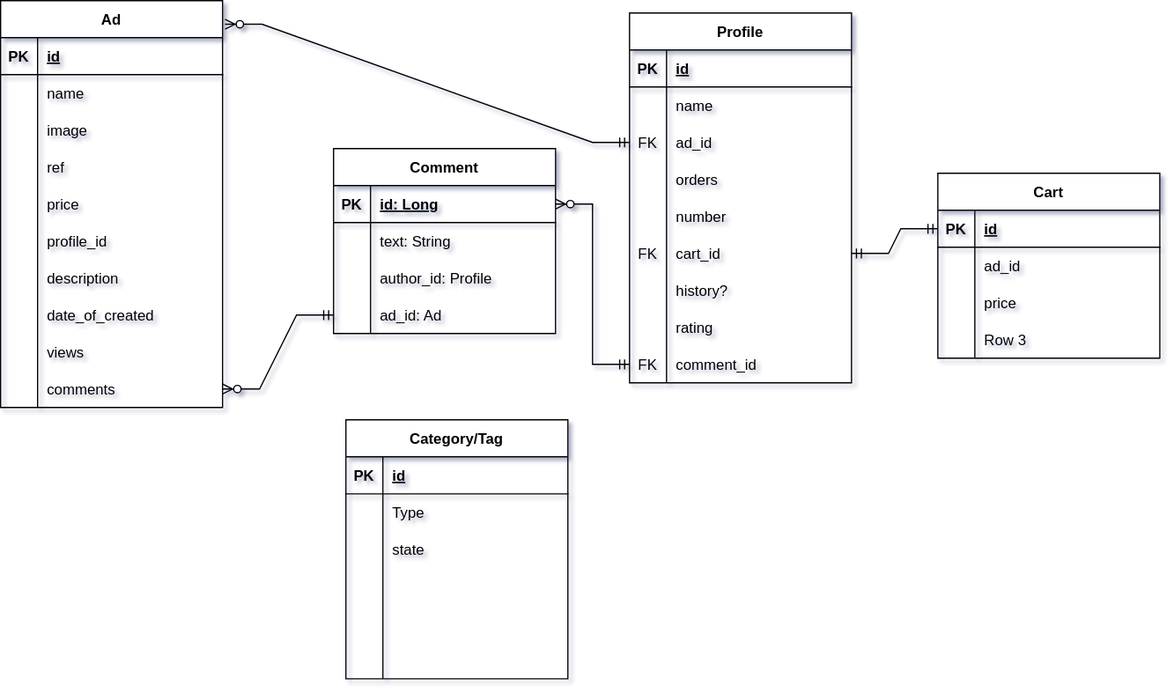
The draw.io diagram src/main/resources/WaceplareERD.svg in E6L1PS/waceplare_app_backend, before a commit. Source tidied: cells renumbered, new cells last; positions are measured from the earlier drawing's top-left corner, leaving out a move shared by most shapes.
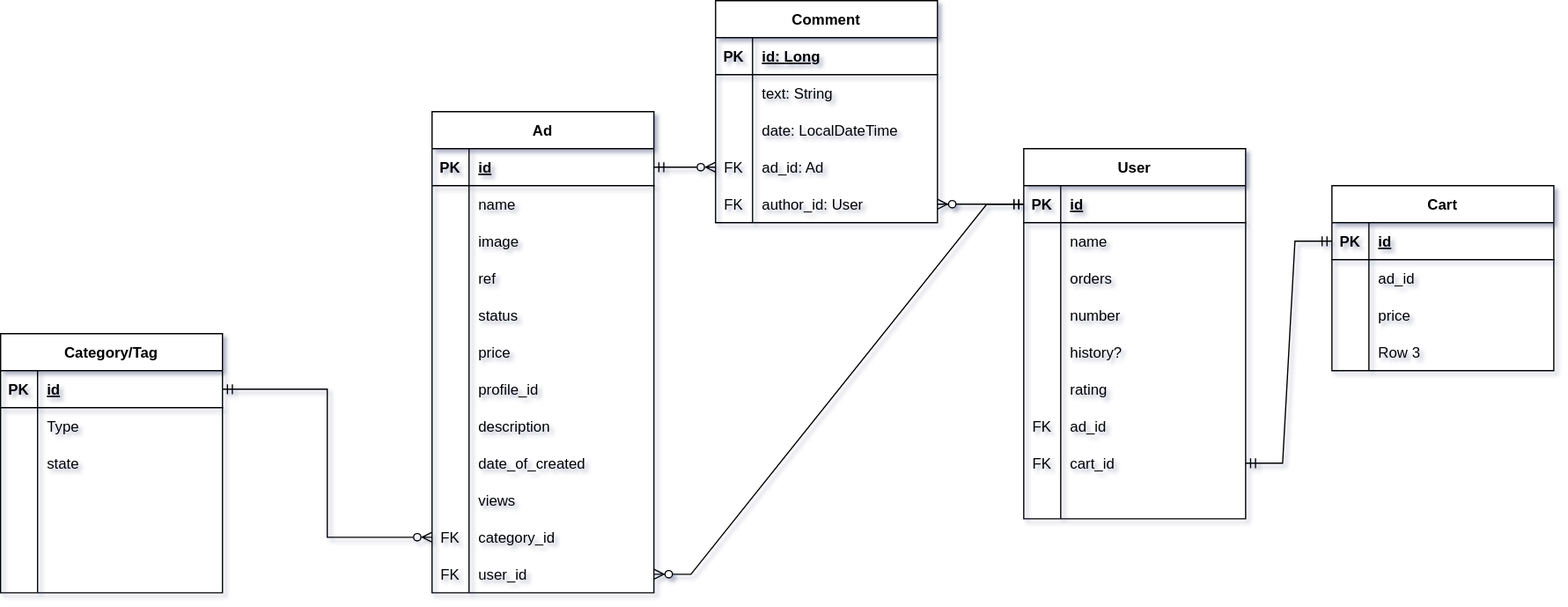
Later version of the same file.

What changed in the source:
```diff
@@ -4,4 +4,4 @@
     <mxCell id="1" parent="0" />
-    <mxCell id="2" value="Profile" style="shape=table;startSize=30;rowLines=0;fontStyle=1;align=center;" parent="1" vertex="1">
-      <mxGeometry x="510" y="10" width="180" height="300" as="geometry" />
+    <mxCell id="2" value="User" style="shape=table;startSize=30;rowLines=0;fontStyle=1;align=center;" parent="1" vertex="1">
+      <mxGeometry x="510" y="110" width="180" height="300" as="geometry" />
     </mxCell>
@@ -25,13 +25,4 @@
     </mxCell>
-    <mxCell id="9" style="shape=tableRow;horizontal=0;startSize=0;swimlaneHead=0;swimlaneBody=0;fillColor=none;points=[[0,0.5],[1,0.5]];portConstraint=eastwest;top=0;left=0;right=0;bottom=0;" parent="2" vertex="1">
-      <mxGeometry y="90" width="180" height="30" as="geometry" />
-    </mxCell>
-    <mxCell id="10" value="FK" style="shape=partialRectangle;fillColor=none;top=0;left=0;bottom=0;right=0;overflow=hidden;" parent="9" vertex="1">
-      <mxGeometry width="30" height="30" as="geometry" />
-    </mxCell>
-    <mxCell id="11" value="ad_id" style="shape=partialRectangle;fillColor=none;top=0;left=0;bottom=0;right=0;align=left;spacingLeft=6;overflow=hidden;" parent="9" vertex="1">
-      <mxGeometry x="30" width="150" height="30" as="geometry" />
-    </mxCell>
     <mxCell id="12" style="shape=tableRow;horizontal=0;startSize=0;swimlaneHead=0;swimlaneBody=0;fillColor=none;top=0;left=0;right=0;bottom=0;" parent="2" vertex="1">
-      <mxGeometry y="120" width="180" height="30" as="geometry" />
+      <mxGeometry y="90" width="180" height="30" as="geometry" />
     </mxCell>
@@ -44,3 +35,3 @@
     <mxCell id="15" style="shape=tableRow;horizontal=0;startSize=0;swimlaneHead=0;swimlaneBody=0;fillColor=none;top=0;left=0;right=0;bottom=0;" parent="2" vertex="1">
-      <mxGeometry y="150" width="180" height="30" as="geometry" />
+      <mxGeometry y="120" width="180" height="30" as="geometry" />
     </mxCell>
@@ -52,13 +43,4 @@
     </mxCell>
-    <mxCell id="18" style="shape=tableRow;horizontal=0;startSize=0;swimlaneHead=0;swimlaneBody=0;fillColor=none;points=[[0,0.5],[1,0.5]];portConstraint=eastwest;top=0;left=0;right=0;bottom=0;" parent="2" vertex="1">
-      <mxGeometry y="180" width="180" height="30" as="geometry" />
-    </mxCell>
-    <mxCell id="19" value="FK" style="shape=partialRectangle;fillColor=none;top=0;left=0;bottom=0;right=0;overflow=hidden;" parent="18" vertex="1">
-      <mxGeometry width="30" height="30" as="geometry" />
-    </mxCell>
-    <mxCell id="20" value="cart_id" style="shape=partialRectangle;fillColor=none;top=0;left=0;bottom=0;right=0;align=left;spacingLeft=6;overflow=hidden;" parent="18" vertex="1">
-      <mxGeometry x="30" width="150" height="30" as="geometry" />
-    </mxCell>
     <mxCell id="21" style="shape=tableRow;horizontal=0;startSize=0;swimlaneHead=0;swimlaneBody=0;fillColor=none;top=0;left=0;right=0;bottom=0;" parent="2" vertex="1">
-      <mxGeometry y="210" width="180" height="30" as="geometry" />
+      <mxGeometry y="150" width="180" height="30" as="geometry" />
     </mxCell>
@@ -71,3 +53,3 @@
     <mxCell id="24" style="shape=tableRow;horizontal=0;startSize=0;swimlaneHead=0;swimlaneBody=0;fillColor=none;top=0;left=0;right=0;bottom=0;" parent="2" vertex="1">
-      <mxGeometry y="240" width="180" height="30" as="geometry" />
+      <mxGeometry y="180" width="180" height="30" as="geometry" />
     </mxCell>
@@ -79,2 +61,20 @@
     </mxCell>
+    <mxCell id="9" style="shape=tableRow;horizontal=0;startSize=0;swimlaneHead=0;swimlaneBody=0;fillColor=none;points=[[0,0.5],[1,0.5]];portConstraint=eastwest;top=0;left=0;right=0;bottom=0;" parent="2" vertex="1">
+      <mxGeometry y="210" width="180" height="30" as="geometry" />
+    </mxCell>
+    <mxCell id="10" value="FK" style="shape=partialRectangle;fillColor=none;top=0;left=0;bottom=0;right=0;overflow=hidden;" parent="9" vertex="1">
+      <mxGeometry width="30" height="30" as="geometry" />
+    </mxCell>
+    <mxCell id="11" value="ad_id" style="shape=partialRectangle;fillColor=none;top=0;left=0;bottom=0;right=0;align=left;spacingLeft=6;overflow=hidden;" parent="9" vertex="1">
+      <mxGeometry x="30" width="150" height="30" as="geometry" />
+    </mxCell>
+    <mxCell id="18" style="shape=tableRow;horizontal=0;startSize=0;swimlaneHead=0;swimlaneBody=0;fillColor=none;points=[[0,0.5],[1,0.5]];portConstraint=eastwest;top=0;left=0;right=0;bottom=0;" parent="2" vertex="1">
+      <mxGeometry y="240" width="180" height="30" as="geometry" />
+    </mxCell>
+    <mxCell id="19" value="FK" style="shape=partialRectangle;fillColor=none;top=0;left=0;bottom=0;right=0;overflow=hidden;" parent="18" vertex="1">
+      <mxGeometry width="30" height="30" as="geometry" />
+    </mxCell>
+    <mxCell id="20" value="cart_id" style="shape=partialRectangle;fillColor=none;top=0;left=0;bottom=0;right=0;align=left;spacingLeft=6;overflow=hidden;" parent="18" vertex="1">
+      <mxGeometry x="30" width="150" height="30" as="geometry" />
+    </mxCell>
     <mxCell id="27" style="shape=tableRow;horizontal=0;startSize=0;swimlaneHead=0;swimlaneBody=0;fillColor=none;points=[[0,0.5],[1,0.5]];portConstraint=eastwest;top=0;left=0;right=0;bottom=0;" parent="2" vertex="1">
@@ -82,6 +82,6 @@
     </mxCell>
-    <mxCell id="28" value="FK" style="shape=partialRectangle;fillColor=none;top=0;left=0;bottom=0;right=0;overflow=hidden;" parent="27" vertex="1">
+    <mxCell id="28" style="shape=partialRectangle;fillColor=none;top=0;left=0;bottom=0;right=0;overflow=hidden;" parent="27" vertex="1">
       <mxGeometry width="30" height="30" as="geometry" />
     </mxCell>
-    <mxCell id="29" value="comment_id" style="shape=partialRectangle;fillColor=none;top=0;left=0;bottom=0;right=0;align=left;spacingLeft=6;overflow=hidden;" parent="27" vertex="1">
+    <mxCell id="29" style="shape=partialRectangle;fillColor=none;top=0;left=0;bottom=0;right=0;align=left;spacingLeft=6;overflow=hidden;" parent="27" vertex="1">
       <mxGeometry x="30" width="150" height="30" as="geometry" />
@@ -89,3 +89,3 @@
     <mxCell id="30" value="Ad" style="shape=table;startSize=30;rowLines=0;fontStyle=1;align=center;" parent="1" vertex="1">
-      <mxGeometry width="180" height="330" as="geometry" />
+      <mxGeometry x="30" y="80" width="180" height="390" as="geometry" />
     </mxCell>
@@ -127,4 +127,13 @@
     </mxCell>
+    <mxCell id="110" style="shape=tableRow;horizontal=0;startSize=0;swimlaneHead=0;swimlaneBody=0;fillColor=none;top=0;left=0;right=0;bottom=0;" parent="30" vertex="1">
+      <mxGeometry y="150" width="180" height="30" as="geometry" />
+    </mxCell>
+    <mxCell id="111" style="shape=partialRectangle;fillColor=none;top=0;left=0;bottom=0;right=0;overflow=hidden;" parent="110" vertex="1">
+      <mxGeometry width="30" height="30" as="geometry" />
+    </mxCell>
+    <mxCell id="112" value="status" style="shape=partialRectangle;fillColor=none;top=0;left=0;bottom=0;right=0;align=left;spacingLeft=6;overflow=hidden;" parent="110" vertex="1">
+      <mxGeometry x="30" width="150" height="30" as="geometry" />
+    </mxCell>
     <mxCell id="43" style="shape=tableRow;horizontal=0;startSize=0;swimlaneHead=0;swimlaneBody=0;fillColor=none;top=0;left=0;right=0;bottom=0;" parent="30" vertex="1">
-      <mxGeometry y="150" width="180" height="30" as="geometry" />
+      <mxGeometry y="180" width="180" height="30" as="geometry" />
     </mxCell>
@@ -137,3 +146,3 @@
     <mxCell id="46" style="shape=tableRow;horizontal=0;startSize=0;swimlaneHead=0;swimlaneBody=0;fillColor=none;top=0;left=0;right=0;bottom=0;" parent="30" vertex="1">
-      <mxGeometry y="180" width="180" height="30" as="geometry" />
+      <mxGeometry y="210" width="180" height="30" as="geometry" />
     </mxCell>
@@ -146,3 +155,3 @@
     <mxCell id="49" style="shape=tableRow;horizontal=0;startSize=0;swimlaneHead=0;swimlaneBody=0;fillColor=none;top=0;left=0;right=0;bottom=0;" parent="30" vertex="1">
-      <mxGeometry y="210" width="180" height="30" as="geometry" />
+      <mxGeometry y="240" width="180" height="30" as="geometry" />
     </mxCell>
@@ -155,3 +164,3 @@
     <mxCell id="52" style="shape=tableRow;horizontal=0;startSize=0;swimlaneHead=0;swimlaneBody=0;fillColor=none;top=0;left=0;right=0;bottom=0;" parent="30" vertex="1">
-      <mxGeometry y="240" width="180" height="30" as="geometry" />
+      <mxGeometry y="270" width="180" height="30" as="geometry" />
     </mxCell>
@@ -164,3 +173,3 @@
     <mxCell id="55" style="shape=tableRow;horizontal=0;startSize=0;swimlaneHead=0;swimlaneBody=0;fillColor=none;top=0;left=0;right=0;bottom=0;" parent="30" vertex="1">
-      <mxGeometry y="270" width="180" height="30" as="geometry" />
+      <mxGeometry y="300" width="180" height="30" as="geometry" />
     </mxCell>
@@ -172,13 +181,22 @@
     </mxCell>
-    <mxCell id="58" style="shape=tableRow;horizontal=0;startSize=0;swimlaneHead=0;swimlaneBody=0;fillColor=none;points=[[0,0.5],[1,0.5]];portConstraint=eastwest;top=0;left=0;right=0;bottom=0;" parent="30" vertex="1">
-      <mxGeometry y="300" width="180" height="30" as="geometry" />
-    </mxCell>
-    <mxCell id="59" style="shape=partialRectangle;fillColor=none;top=0;left=0;bottom=0;right=0;overflow=hidden;" parent="58" vertex="1">
-      <mxGeometry width="30" height="30" as="geometry" />
-    </mxCell>
-    <mxCell id="60" value="comments" style="shape=partialRectangle;fillColor=none;top=0;left=0;bottom=0;right=0;align=left;spacingLeft=6;overflow=hidden;" parent="58" vertex="1">
-      <mxGeometry x="30" width="150" height="30" as="geometry" />
-    </mxCell>
+    <mxCell id="113" style="shape=tableRow;horizontal=0;startSize=0;swimlaneHead=0;swimlaneBody=0;fillColor=none;points=[[0,0.5],[1,0.5]];portConstraint=eastwest;top=0;left=0;right=0;bottom=0;" parent="30" vertex="1">
+      <mxGeometry y="330" width="180" height="30" as="geometry" />
+    </mxCell>
+    <mxCell id="114" value="FK" style="shape=partialRectangle;fillColor=none;top=0;left=0;bottom=0;right=0;overflow=hidden;" parent="113" vertex="1">
+      <mxGeometry width="30" height="30" as="geometry" />
+    </mxCell>
+    <mxCell id="115" value="category_id" style="shape=partialRectangle;fillColor=none;top=0;left=0;bottom=0;right=0;align=left;spacingLeft=6;overflow=hidden;" parent="113" vertex="1">
+      <mxGeometry x="30" width="150" height="30" as="geometry" />
+    </mxCell>
+    <mxCell id="116" style="shape=tableRow;horizontal=0;startSize=0;swimlaneHead=0;swimlaneBody=0;fillColor=none;points=[[0,0.5],[1,0.5]];portConstraint=eastwest;top=0;left=0;right=0;bottom=0;" parent="30" vertex="1">
+      <mxGeometry y="360" width="180" height="30" as="geometry" />
+    </mxCell>
+    <mxCell id="117" value="FK" style="shape=partialRectangle;fillColor=none;top=0;left=0;bottom=0;right=0;overflow=hidden;" parent="116" vertex="1">
+      <mxGeometry width="30" height="30" as="geometry" />
+    </mxCell>
+    <mxCell id="118" value="user_id" style="shape=partialRectangle;fillColor=none;top=0;left=0;bottom=0;right=0;align=left;spacingLeft=6;overflow=hidden;" parent="116" vertex="1">
+      <mxGeometry x="30" width="150" height="30" as="geometry" />
+    </mxCell>
     <mxCell id="61" value="Comment" style="shape=table;startSize=30;rowLines=0;fontStyle=1;align=center;" parent="1" vertex="1">
-      <mxGeometry x="270" y="120" width="180" height="150" as="geometry" />
+      <mxGeometry x="260" y="-10" width="180" height="180" as="geometry" />
     </mxCell>
@@ -202,20 +220,29 @@
     </mxCell>
+    <mxCell id="119" style="shape=tableRow;horizontal=0;startSize=0;swimlaneHead=0;swimlaneBody=0;fillColor=none;top=0;left=0;right=0;bottom=0;" parent="61" vertex="1">
+      <mxGeometry y="90" width="180" height="30" as="geometry" />
+    </mxCell>
+    <mxCell id="120" style="shape=partialRectangle;fillColor=none;top=0;left=0;bottom=0;right=0;overflow=hidden;" parent="119" vertex="1">
+      <mxGeometry width="30" height="30" as="geometry" />
+    </mxCell>
+    <mxCell id="121" value="date: LocalDateTime" style="shape=partialRectangle;fillColor=none;top=0;left=0;bottom=0;right=0;align=left;spacingLeft=6;overflow=hidden;" parent="119" vertex="1">
+      <mxGeometry x="30" width="150" height="30" as="geometry" />
+    </mxCell>
+    <mxCell id="71" style="shape=tableRow;horizontal=0;startSize=0;swimlaneHead=0;swimlaneBody=0;fillColor=none;points=[[0,0.5],[1,0.5]];portConstraint=eastwest;top=0;left=0;right=0;bottom=0;" parent="61" vertex="1">
+      <mxGeometry y="120" width="180" height="30" as="geometry" />
+    </mxCell>
+    <mxCell id="72" value="FK" style="shape=partialRectangle;fillColor=none;top=0;left=0;bottom=0;right=0;overflow=hidden;" parent="71" vertex="1">
+      <mxGeometry width="30" height="30" as="geometry" />
+    </mxCell>
+    <mxCell id="73" value="ad_id: Ad" style="shape=partialRectangle;fillColor=none;top=0;left=0;bottom=0;right=0;align=left;spacingLeft=6;overflow=hidden;" parent="71" vertex="1">
+      <mxGeometry x="30" width="150" height="30" as="geometry" />
+    </mxCell>
     <mxCell id="68" style="shape=tableRow;horizontal=0;startSize=0;swimlaneHead=0;swimlaneBody=0;fillColor=none;points=[[0,0.5],[1,0.5]];portConstraint=eastwest;top=0;left=0;right=0;bottom=0;" parent="61" vertex="1">
-      <mxGeometry y="90" width="180" height="30" as="geometry" />
+      <mxGeometry y="150" width="180" height="30" as="geometry" />
     </mxCell>
-    <mxCell id="69" style="shape=partialRectangle;fillColor=none;top=0;left=0;bottom=0;right=0;overflow=hidden;" parent="68" vertex="1">
+    <mxCell id="69" value="FK" style="shape=partialRectangle;fillColor=none;top=0;left=0;bottom=0;right=0;overflow=hidden;" parent="68" vertex="1">
       <mxGeometry width="30" height="30" as="geometry" />
     </mxCell>
-    <mxCell id="70" value="author_id: Profile" style="shape=partialRectangle;fillColor=none;top=0;left=0;bottom=0;right=0;align=left;spacingLeft=6;overflow=hidden;" parent="68" vertex="1">
+    <mxCell id="70" value="author_id: User" style="shape=partialRectangle;fillColor=none;top=0;left=0;bottom=0;right=0;align=left;spacingLeft=6;overflow=hidden;" parent="68" vertex="1">
       <mxGeometry x="30" width="150" height="30" as="geometry" />
     </mxCell>
-    <mxCell id="71" style="shape=tableRow;horizontal=0;startSize=0;swimlaneHead=0;swimlaneBody=0;fillColor=none;points=[[0,0.5],[1,0.5]];portConstraint=eastwest;top=0;left=0;right=0;bottom=0;" parent="61" vertex="1">
-      <mxGeometry y="120" width="180" height="30" as="geometry" />
-    </mxCell>
-    <mxCell id="72" style="shape=partialRectangle;fillColor=none;top=0;left=0;bottom=0;right=0;overflow=hidden;" parent="71" vertex="1">
-      <mxGeometry width="30" height="30" as="geometry" />
-    </mxCell>
-    <mxCell id="73" value="ad_id: Ad" style="shape=partialRectangle;fillColor=none;top=0;left=0;bottom=0;right=0;align=left;spacingLeft=6;overflow=hidden;" parent="71" vertex="1">
-      <mxGeometry x="30" width="150" height="30" as="geometry" />
-    </mxCell>
     <mxCell id="74" value="Cart" style="shape=table;startSize=30;rowLines=0;fontStyle=1;align=center;swimlaneFillColor=none;" parent="1" vertex="1">
@@ -262,7 +289,4 @@
     </mxCell>
-    <mxCell id="88" style="edgeStyle=entityRelationEdgeStyle;fontSize=12;html=1;endArrow=ERzeroToMany;startArrow=ERmandOne;rounded=0;exitX=0;exitY=0.5;exitDx=0;exitDy=0;entryX=1.011;entryY=0.058;entryDx=0;entryDy=0;entryPerimeter=0;" parent="1" edge="1" source="9" target="30">
-      <mxGeometry relative="1" as="geometry" />
-    </mxCell>
     <mxCell id="89" value="Category/Tag" style="shape=table;startSize=30;rowLines=0;fontStyle=1;align=center;" parent="1" vertex="1">
-      <mxGeometry x="280" y="340" width="180" height="210" as="geometry" />
+      <mxGeometry x="-320" y="260" width="180" height="210" as="geometry" />
     </mxCell>
@@ -322,8 +346,14 @@
     </mxCell>
-    <mxCell id="108" style="edgeStyle=entityRelationEdgeStyle;fontSize=12;html=1;endArrow=ERzeroToMany;startArrow=ERmandOne;rounded=0;exitX=0;exitY=0.5;exitDx=0;exitDy=0;" parent="1" edge="1" source="27" target="62">
+    <mxCell id="108" style="edgeStyle=entityRelationEdgeStyle;fontSize=12;html=1;endArrow=ERzeroToMany;startArrow=ERmandOne;rounded=0;endFill=0;entryX=0;entryY=0.5;entryDx=0;entryDy=0;exitX=1;exitY=0.5;exitDx=0;exitDy=0;" parent="1" edge="1" source="31" target="71">
       <mxGeometry relative="1" as="geometry" />
     </mxCell>
-    <mxCell id="109" style="edgeStyle=entityRelationEdgeStyle;fontSize=12;html=1;endArrow=ERzeroToMany;startArrow=ERmandOne;rounded=0;exitX=0;exitY=0.5;exitDx=0;exitDy=0;entryX=1;entryY=0.5;entryDx=0;entryDy=0;" parent="1" edge="1" source="71" target="58">
+    <mxCell id="109" style="edgeStyle=entityRelationEdgeStyle;fontSize=12;html=1;endArrow=ERzeroToMany;startArrow=ERmandOne;rounded=0;entryX=1;entryY=0.5;entryDx=0;entryDy=0;exitX=0;exitY=0.5;exitDx=0;exitDy=0;" parent="1" edge="1" source="3" target="68">
       <mxGeometry relative="1" as="geometry" />
     </mxCell>
+    <mxCell id="122" style="edgeStyle=orthogonalEdgeStyle;rounded=0;jettySize=auto;html=1;exitX=0;exitY=0.5;exitDx=0;exitDy=0;entryX=1;entryY=0.5;entryDx=0;entryDy=0;endArrow=ERmandOne;endFill=0;startArrow=ERzeroToMany;startFill=0;" parent="1" edge="1" source="113" target="90">
+      <mxGeometry relative="1" as="geometry" />
+    </mxCell>
+    <mxCell id="88" style="edgeStyle=entityRelationEdgeStyle;fontSize=12;html=1;endArrow=ERzeroToMany;startArrow=ERmandOne;rounded=0;exitX=0;exitY=0.5;exitDx=0;exitDy=0;entryX=1;entryY=0.5;entryDx=0;entryDy=0;" parent="1" edge="1" source="3" target="116">
+      <mxGeometry relative="1" as="geometry" />
+    </mxCell>
   </root>
```
